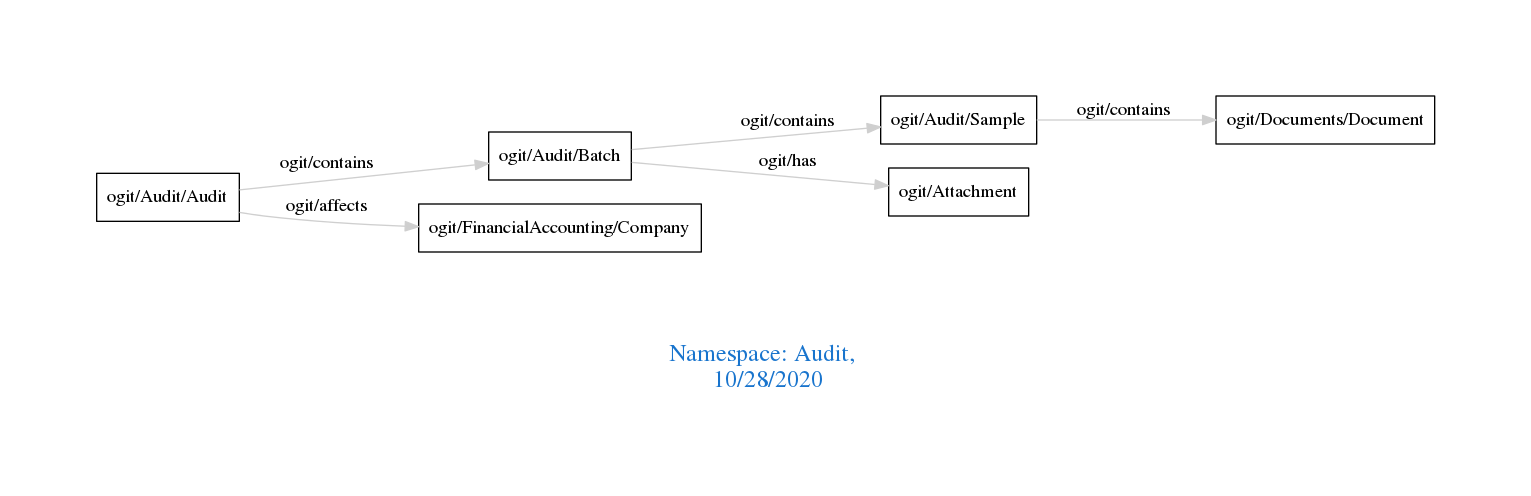
Above: downloads/Audit.png in arago/OGIT (Graphviz), before the change. Its source is kept beside it as downloads/Audit.dot.
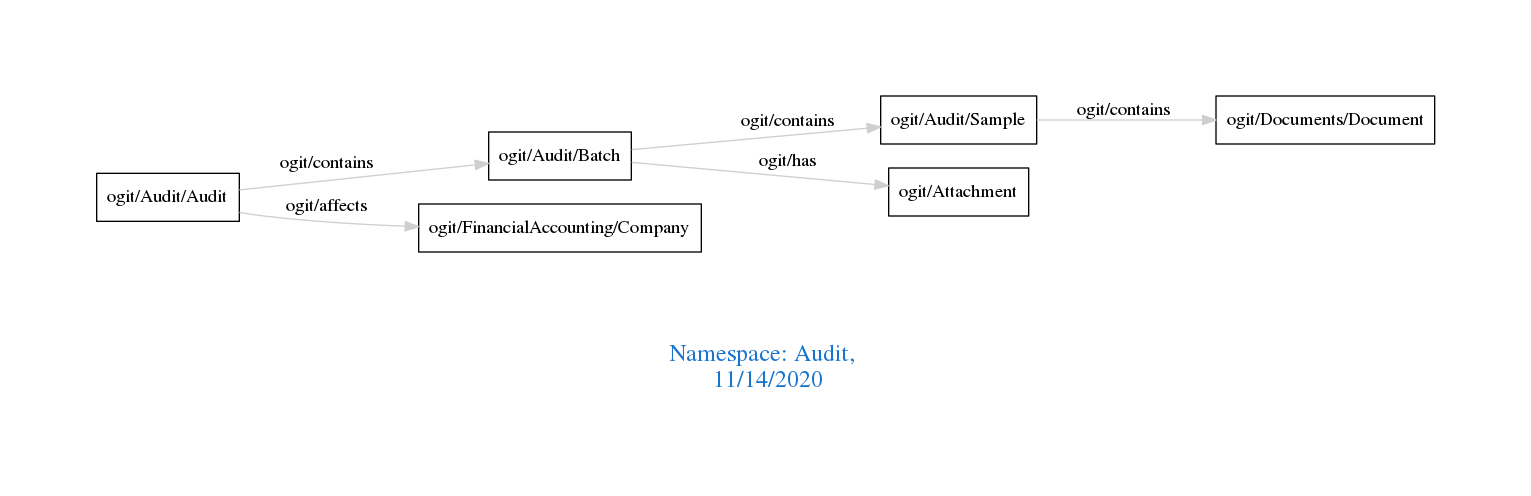
Later version of the same file.

What changed in the source:
```diff
@@ -1,7 +1,7 @@
 digraph OGIT_ontology {
  graph [ rankdir= LR,pad=1
 fontsize = 18,
-fontcolor= dodgerblue3,label = "\n\n\nNamespace: Audit, \n 10/28/2020"];
+fontcolor= dodgerblue3,label = "\n\n\nNamespace: Audit, \n 11/14/2020"];
 node[shape=polygon];
 edge [  color="gray81"];
 
```
